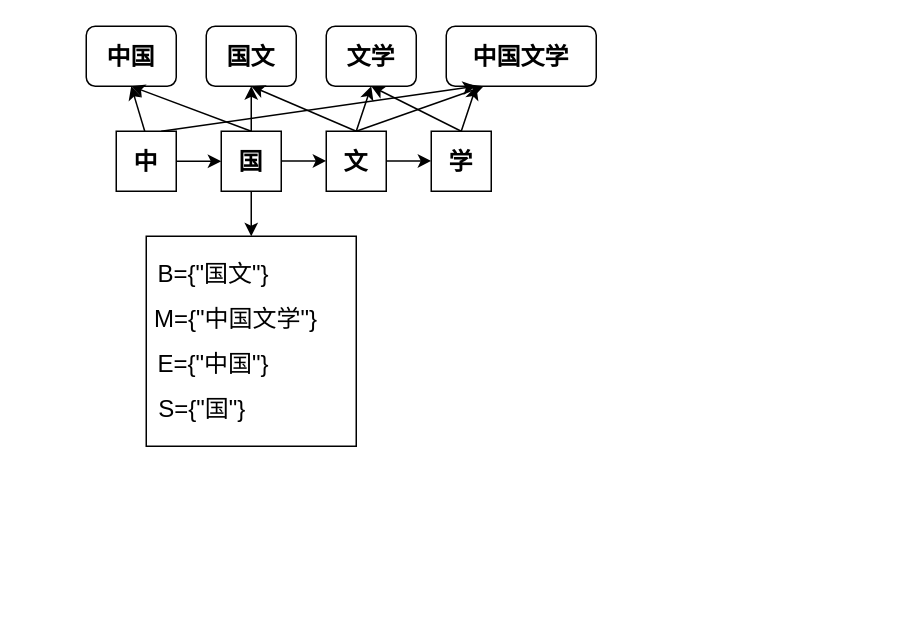
Earlier version of the draw.io diagram Untitled Diagram.drawio (kkwss/Amber). Source tidied: cells renumbered, new cells numbered last; positions are measured from the earlier drawing's top-left corner, leaving out a move shared by most shapes. Both pictures are drawn from the tidied source at 150%, with x=0, y=0 at pixel (86, 26).
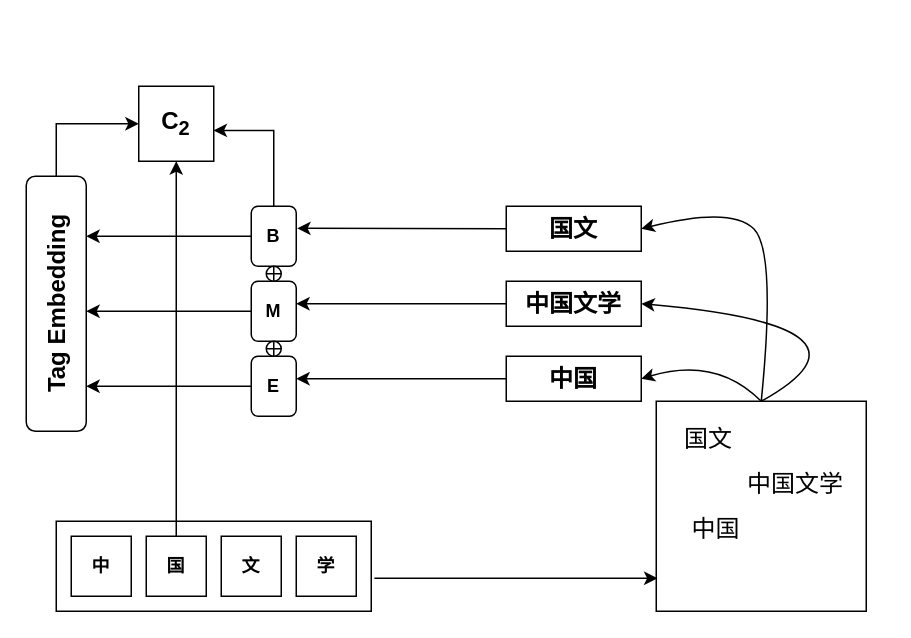
The same page after the edit.

Diff of the diagram source:
```diff
@@
+    <mxCell id="28" style="group;" parent="1" vertex="1">
+      <mxGeometry x="380" y="250" width="140" height="140" as="geometry" />
+    </mxCell>
+    <mxCell id="23" style="whiteSpace=wrap;html=1;fontSize=16;" parent="28" vertex="1">
+      <mxGeometry width="140" height="140" as="geometry" />
+    </mxCell>
+    <mxCell id="24" value="国文" style="text;html=1;strokeColor=none;fillColor=none;align=center;verticalAlign=middle;whiteSpace=wrap;rounded=0;fontSize=16;" parent="28" vertex="1">
+      <mxGeometry x="-10" y="10" width="90" height="30" as="geometry" />
+    </mxCell>
+    <mxCell id="25" value="中国文学" style="text;html=1;strokeColor=none;fillColor=none;align=center;verticalAlign=middle;whiteSpace=wrap;rounded=0;fontSize=16;" parent="28" vertex="1">
+      <mxGeometry x="32.5" y="40" width="120" height="30" as="geometry" />
+    </mxCell>
+    <mxCell id="26" value="中国" style="text;html=1;strokeColor=none;fillColor=none;align=center;verticalAlign=middle;whiteSpace=wrap;rounded=0;fontSize=16;" parent="28" vertex="1">
+      <mxGeometry y="70" width="80" height="30" as="geometry" />
+    </mxCell>
+    <mxCell id="29" style="rounded=0;whiteSpace=wrap;html=1;" parent="1" vertex="1">
+      <mxGeometry x="-20" y="330" width="210" height="60" as="geometry" />
+    </mxCell>
-    <mxCell id="2" value="&lt;font style=&quot;font-size: 16px&quot;&gt;&lt;b&gt;中&lt;/b&gt;&lt;/font&gt;" style="whiteSpace=wrap;html=1;" parent="1" vertex="1">
-      <mxGeometry x="20" y="70" width="40" height="40" as="geometry" />
+    <mxCell id="2" value="&lt;b&gt;中&lt;/b&gt;" style="whiteSpace=wrap;html=1;" parent="1" vertex="1">
+      <mxGeometry x="-10" y="340" width="40" height="40" as="geometry" />
     </mxCell>
-    <mxCell id="3" value="&lt;b&gt;国&lt;/b&gt;" style="whiteSpace=wrap;html=1;fontSize=16;" parent="1" vertex="1">
-      <mxGeometry x="90" y="70" width="40" height="40" as="geometry" />
+    <mxCell id="3" value="&lt;b&gt;国&lt;/b&gt;" style="whiteSpace=wrap;html=1;" parent="1" vertex="1">
+      <mxGeometry x="40" y="340" width="40" height="40" as="geometry" />
     </mxCell>
-    <mxCell id="4" value="&lt;b&gt;文&lt;/b&gt;" style="whiteSpace=wrap;html=1;fontSize=16;" parent="1" vertex="1">
-      <mxGeometry x="160" y="70" width="40" height="40" as="geometry" />
+    <mxCell id="4" value="&lt;b&gt;文&lt;/b&gt;" style="whiteSpace=wrap;html=1;" parent="1" vertex="1">
+      <mxGeometry x="90" y="340" width="40" height="40" as="geometry" />
     </mxCell>
-    <mxCell id="5" value="&lt;b&gt;学&lt;/b&gt;" style="whiteSpace=wrap;html=1;fontSize=16;" parent="1" vertex="1">
-      <mxGeometry x="230" y="70" width="40" height="40" as="geometry" />
+    <mxCell id="5" value="&lt;b&gt;学&lt;/b&gt;" style="whiteSpace=wrap;html=1;" parent="1" vertex="1">
+      <mxGeometry x="140" y="340" width="40" height="40" as="geometry" />
     </mxCell>
+    <mxCell id="30" style="endArrow=classic;html=1;rounded=0;entryX=0.006;entryY=0.843;entryDx=0;entryDy=0;entryPerimeter=0;exitX=1.01;exitY=0.633;exitDx=0;exitDy=0;exitPerimeter=0;" parent="1" edge="1" source="29" target="23">
+      <mxGeometry relative="1" as="geometry" />
+    </mxCell>
+    <mxCell id="31" style="endArrow=classic;html=1;rounded=0;exitX=0.5;exitY=0;exitDx=0;exitDy=0;" parent="1" edge="1" source="3">
+      <mxGeometry relative="1" as="geometry">
+        <mxPoint x="60" y="90" as="targetPoint" />
+        <Array as="points">
+          <mxPoint x="60" y="170" />
+        </Array>
+      </mxGeometry>
+    </mxCell>
+    <mxCell id="32" value="&lt;b&gt;B&lt;/b&gt;" style="rounded=1;whiteSpace=wrap;html=1;" parent="1" vertex="1">
+      <mxGeometry x="110" y="120" width="30" height="40" as="geometry" />
+    </mxCell>
+    <mxCell id="33" value="&lt;b&gt;M&lt;/b&gt;" style="rounded=1;whiteSpace=wrap;html=1;" parent="1" vertex="1">
+      <mxGeometry x="110" y="170" width="30" height="40" as="geometry" />
+    </mxCell>
+    <mxCell id="34" value="&lt;b&gt;E&lt;/b&gt;" style="rounded=1;whiteSpace=wrap;html=1;" parent="1" vertex="1">
+      <mxGeometry x="110" y="220" width="30" height="40" as="geometry" />
+    </mxCell>
+    <mxCell id="35" style="shape=orEllipse;perimeter=ellipsePerimeter;whiteSpace=wrap;html=1;backgroundOutline=1;" parent="1" vertex="1">
+      <mxGeometry x="120" y="160" width="10" height="10" as="geometry" />
+    </mxCell>
+    <mxCell id="36" style="shape=orEllipse;perimeter=ellipsePerimeter;whiteSpace=wrap;html=1;backgroundOutline=1;" parent="1" vertex="1">
+      <mxGeometry x="120" y="210" width="10" height="10" as="geometry" />
+    </mxCell>
+    <mxCell id="37" style="edgeStyle=segmentEdgeStyle;endArrow=classic;html=1;rounded=0;exitX=0.5;exitY=0;exitDx=0;exitDy=0;entryX=0.997;entryY=0.589;entryDx=0;entryDy=0;entryPerimeter=0;" parent="1" edge="1" source="32" target="38">
+      <mxGeometry relative="1" as="geometry">
+        <Array as="points">
+          <mxPoint x="125" y="70" />
+        </Array>
+      </mxGeometry>
+    </mxCell>
+    <mxCell id="38" value="&lt;b style=&quot;font-size: 16px&quot;&gt;C&lt;sub&gt;2&lt;/sub&gt;&lt;/b&gt;" style="whiteSpace=wrap;html=1;" parent="1" vertex="1">
+      <mxGeometry x="35" y="40" width="50" height="50" as="geometry" />
+    </mxCell>
+    <mxCell id="7" value="&lt;b&gt;国文&lt;/b&gt;" style="rounded=0;whiteSpace=wrap;html=1;fontSize=16;" parent="1" vertex="1">
+      <mxGeometry x="280" y="120" width="90" height="30" as="geometry" />
+    </mxCell>
+    <mxCell id="9" value="&lt;b&gt;中国文学&lt;/b&gt;" style="rounded=0;whiteSpace=wrap;html=1;fontSize=16;" parent="1" vertex="1">
+      <mxGeometry x="280" y="170" width="90" height="30" as="geometry" />
+    </mxCell>
-    <mxCell id="6" value="&lt;b&gt;中国&lt;/b&gt;" style="rounded=1;whiteSpace=wrap;html=1;fontSize=16;" parent="1" vertex="1">
-      <mxGeometry width="60" height="40" as="geometry" />
+    <mxCell id="6" value="&lt;b&gt;中国&lt;/b&gt;" style="rounded=0;whiteSpace=wrap;html=1;fontSize=16;" parent="1" vertex="1">
+      <mxGeometry x="280" y="220" width="90" height="30" as="geometry" />
     </mxCell>
-    <mxCell id="7" value="&lt;b&gt;国文&lt;/b&gt;" style="rounded=1;whiteSpace=wrap;html=1;fontSize=16;" parent="1" vertex="1">
-      <mxGeometry x="80" width="60" height="40" as="geometry" />
-    </mxCell>
-    <mxCell id="8" value="&lt;b&gt;文学&lt;/b&gt;" style="rounded=1;whiteSpace=wrap;html=1;fontSize=16;" parent="1" vertex="1">
-      <mxGeometry x="160" width="60" height="40" as="geometry" />
-    </mxCell>
-    <mxCell id="9" value="&lt;b&gt;中国文学&lt;/b&gt;" style="rounded=1;whiteSpace=wrap;html=1;fontSize=16;" parent="1" vertex="1">
-      <mxGeometry x="240" width="100" height="40" as="geometry" />
-    </mxCell>
-    <mxCell id="10" style="endArrow=classic;html=1;rounded=0;fontSize=16;entryX=0.5;entryY=1;entryDx=0;entryDy=0;" parent="1" edge="1" target="6">
-      <mxGeometry relative="1" as="geometry">
-        <mxPoint x="39" y="70" as="sourcePoint" />
-      </mxGeometry>
-    </mxCell>
-    <mxCell id="11" style="endArrow=classic;html=1;rounded=0;fontSize=16;exitX=1;exitY=0.5;exitDx=0;exitDy=0;" parent="1" edge="1" source="2">
-      <mxGeometry relative="1" as="geometry">
-        <mxPoint x="90" y="90" as="targetPoint" />
-      </mxGeometry>
-    </mxCell>
-    <mxCell id="12" style="endArrow=classic;html=1;rounded=0;fontSize=16;exitX=1;exitY=0.5;exitDx=0;exitDy=0;" parent="1" edge="1">
-      <mxGeometry relative="1" as="geometry">
-        <mxPoint x="130" y="89.8" as="sourcePoint" />
-        <mxPoint x="160" y="89.8" as="targetPoint" />
-      </mxGeometry>
-    </mxCell>
-    <mxCell id="13" style="endArrow=classic;html=1;rounded=0;fontSize=16;exitX=1;exitY=0.5;exitDx=0;exitDy=0;" parent="1" edge="1">
-      <mxGeometry relative="1" as="geometry">
-        <mxPoint x="200" y="89.8" as="sourcePoint" />
-        <mxPoint x="230" y="89.8" as="targetPoint" />
-      </mxGeometry>
-    </mxCell>
-    <mxCell id="14" style="endArrow=classic;html=1;rounded=0;fontSize=16;exitX=0.75;exitY=0;exitDx=0;exitDy=0;" parent="1" edge="1" source="2">
-      <mxGeometry relative="1" as="geometry">
-        <mxPoint x="260" y="40" as="targetPoint" />
-      </mxGeometry>
-    </mxCell>
-    <mxCell id="15" style="endArrow=classic;html=1;rounded=0;fontSize=16;entryX=0.5;entryY=1;entryDx=0;entryDy=0;exitX=0.5;exitY=0;exitDx=0;exitDy=0;" parent="1" edge="1" source="3" target="6">
-      <mxGeometry relative="1" as="geometry" />
-    </mxCell>
-    <mxCell id="16" style="endArrow=classic;html=1;rounded=0;fontSize=16;entryX=0.5;entryY=1;entryDx=0;entryDy=0;exitX=0.5;exitY=0;exitDx=0;exitDy=0;" parent="1" edge="1" source="4" target="7">
-      <mxGeometry relative="1" as="geometry" />
-    </mxCell>
-    <mxCell id="17" style="endArrow=classic;html=1;rounded=0;fontSize=16;entryX=0.5;entryY=1;entryDx=0;entryDy=0;exitX=0.5;exitY=0;exitDx=0;exitDy=0;" parent="1" edge="1" source="4" target="8">
-      <mxGeometry relative="1" as="geometry" />
-    </mxCell>
-    <mxCell id="18" style="endArrow=classic;html=1;rounded=0;fontSize=16;entryX=0.25;entryY=1;entryDx=0;entryDy=0;exitX=0.5;exitY=0;exitDx=0;exitDy=0;" parent="1" edge="1" source="4" target="9">
-      <mxGeometry relative="1" as="geometry" />
-    </mxCell>
-    <mxCell id="19" style="endArrow=classic;html=1;rounded=0;fontSize=16;entryX=0.5;entryY=1;entryDx=0;entryDy=0;exitX=0.5;exitY=0;exitDx=0;exitDy=0;" parent="1" edge="1" source="5" target="8">
-      <mxGeometry relative="1" as="geometry" />
-    </mxCell>
-    <mxCell id="20" style="endArrow=classic;html=1;rounded=0;fontSize=16;" parent="1" edge="1">
-      <mxGeometry relative="1" as="geometry">
-        <mxPoint x="110" y="70" as="sourcePoint" />
-        <mxPoint x="110" y="40" as="targetPoint" />
-      </mxGeometry>
-    </mxCell>
-    <mxCell id="21" style="endArrow=classic;html=1;rounded=0;fontSize=16;exitX=0.5;exitY=0;exitDx=0;exitDy=0;" parent="1" edge="1" source="5">
-      <mxGeometry relative="1" as="geometry">
-        <mxPoint x="260" y="40" as="targetPoint" />
-      </mxGeometry>
-    </mxCell>
-    <mxCell id="22" style="endArrow=classic;html=1;rounded=0;fontSize=16;exitX=0.5;exitY=1;exitDx=0;exitDy=0;" parent="1" edge="1" source="3">
-      <mxGeometry relative="1" as="geometry">
-        <mxPoint x="110" y="140" as="targetPoint" />
-      </mxGeometry>
-    </mxCell>
-    <mxCell id="23" style="whiteSpace=wrap;html=1;fontSize=16;" parent="1" vertex="1">
-      <mxGeometry x="40" y="140" width="140" height="140" as="geometry" />
-    </mxCell>
-    <mxCell id="24" value="B={&quot;国文&quot;}" style="text;html=1;strokeColor=none;fillColor=none;align=center;verticalAlign=middle;whiteSpace=wrap;rounded=0;fontSize=16;" parent="1" vertex="1">
-      <mxGeometry x="40" y="150" width="90" height="30" as="geometry" />
-    </mxCell>
-    <mxCell id="25" value="M={&quot;中国文学&quot;}" style="text;html=1;strokeColor=none;fillColor=none;align=center;verticalAlign=middle;whiteSpace=wrap;rounded=0;fontSize=16;" parent="1" vertex="1">
-      <mxGeometry x="40" y="180" width="120" height="30" as="geometry" />
-    </mxCell>
-    <mxCell id="26" value="E={&quot;中国&quot;}" style="text;html=1;strokeColor=none;fillColor=none;align=center;verticalAlign=middle;whiteSpace=wrap;rounded=0;fontSize=16;" parent="1" vertex="1">
-      <mxGeometry x="45" y="210" width="80" height="30" as="geometry" />
-    </mxCell>
-    <mxCell id="27" value="S={&quot;国&quot;}" style="text;html=1;strokeColor=none;fillColor=none;align=center;verticalAlign=middle;whiteSpace=wrap;rounded=0;fontSize=16;" parent="1" vertex="1">
-      <mxGeometry x="40" y="240" width="75" height="30" as="geometry" />
-    </mxCell>
+    <mxCell id="39" style="curved=1;endArrow=classic;html=1;rounded=0;fontSize=16;exitX=0.5;exitY=0;exitDx=0;exitDy=0;entryX=1;entryY=0.5;entryDx=0;entryDy=0;entryPerimeter=0;" parent="1" edge="1" source="23" target="7">
+      <mxGeometry relative="1" as="geometry">
+        <Array as="points">
+          <mxPoint x="460" y="150" />
+          <mxPoint x="430" y="120" />
+        </Array>
+      </mxGeometry>
+    </mxCell>
+    <mxCell id="40" style="curved=1;endArrow=classic;html=1;rounded=0;fontSize=16;entryX=1;entryY=0.5;entryDx=0;entryDy=0;exitX=0.5;exitY=0;exitDx=0;exitDy=0;" parent="1" edge="1" source="23" target="9">
+      <mxGeometry relative="1" as="geometry">
+        <Array as="points">
+          <mxPoint x="540" y="200" />
+        </Array>
+      </mxGeometry>
+    </mxCell>
+    <mxCell id="41" style="curved=1;endArrow=classic;html=1;rounded=0;fontSize=16;entryX=1;entryY=0.5;entryDx=0;entryDy=0;exitX=0.5;exitY=0;exitDx=0;exitDy=0;" parent="1" edge="1" source="23" target="6">
+      <mxGeometry relative="1" as="geometry">
+        <Array as="points">
+          <mxPoint x="420" y="220" />
+        </Array>
+      </mxGeometry>
+    </mxCell>
+    <mxCell id="42" style="endArrow=classic;html=1;rounded=0;fontSize=16;exitX=0;exitY=0.5;exitDx=0;exitDy=0;entryX=1.019;entryY=0.368;entryDx=0;entryDy=0;entryPerimeter=0;" parent="1" edge="1" source="7" target="32">
+      <mxGeometry relative="1" as="geometry" />
+    </mxCell>
+    <mxCell id="43" style="endArrow=classic;html=1;rounded=0;fontSize=16;exitX=0;exitY=0.5;exitDx=0;exitDy=0;" parent="1" edge="1" source="9">
+      <mxGeometry relative="1" as="geometry">
+        <mxPoint x="140" y="185" as="targetPoint" />
+      </mxGeometry>
+    </mxCell>
+    <mxCell id="44" style="endArrow=classic;html=1;rounded=0;fontSize=16;exitX=0;exitY=0.5;exitDx=0;exitDy=0;" parent="1" edge="1" source="6">
+      <mxGeometry relative="1" as="geometry">
+        <mxPoint x="140" y="235" as="targetPoint" />
+      </mxGeometry>
+    </mxCell>
+    <mxCell id="45" style="endArrow=classic;html=1;rounded=0;fontSize=16;exitX=0;exitY=0.5;exitDx=0;exitDy=0;" parent="1" edge="1" source="32">
+      <mxGeometry relative="1" as="geometry">
+        <mxPoint y="140" as="targetPoint" />
+      </mxGeometry>
+    </mxCell>
+    <mxCell id="46" style="endArrow=classic;html=1;rounded=0;fontSize=16;exitX=0;exitY=0.5;exitDx=0;exitDy=0;" parent="1" edge="1" source="33">
+      <mxGeometry relative="1" as="geometry">
+        <mxPoint y="190" as="targetPoint" />
+      </mxGeometry>
+    </mxCell>
+    <mxCell id="47" style="endArrow=classic;html=1;rounded=0;fontSize=16;exitX=0;exitY=0.5;exitDx=0;exitDy=0;" parent="1" edge="1" source="34">
+      <mxGeometry relative="1" as="geometry">
+        <mxPoint y="240" as="targetPoint" />
+      </mxGeometry>
+    </mxCell>
+    <mxCell id="48" style="group;" parent="1" vertex="1">
+      <mxGeometry x="-40" y="100" width="40" height="170" as="geometry" />
+    </mxCell>
+    <mxCell id="49" style="rounded=1;whiteSpace=wrap;html=1;fontSize=16;direction=east;" parent="48" vertex="1">
+      <mxGeometry width="40" height="170" as="geometry" />
+    </mxCell>
+    <mxCell id="50" value="&lt;b&gt;Tag Embedding&lt;/b&gt;" style="text;html=1;strokeColor=none;fillColor=none;align=center;verticalAlign=middle;whiteSpace=wrap;rounded=0;fontSize=16;rotation=270;" parent="48" vertex="1">
+      <mxGeometry x="-50" y="70" width="140" height="30" as="geometry" />
+    </mxCell>
+    <mxCell id="51" style="edgeStyle=segmentEdgeStyle;endArrow=classic;html=1;rounded=0;fontSize=16;exitX=0.5;exitY=0;exitDx=0;exitDy=0;entryX=0;entryY=0.5;entryDx=0;entryDy=0;" parent="1" edge="1" source="49" target="38">
+      <mxGeometry relative="1" as="geometry">
+        <Array as="points">
+          <mxPoint x="-20" y="65" />
+        </Array>
+      </mxGeometry>
+    </mxCell>
```
